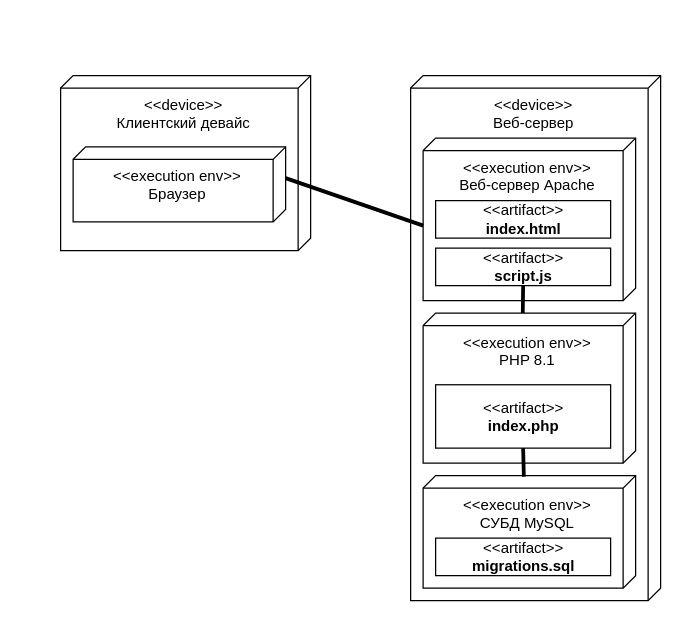
Above: page "simple" (2 of 3) of lessons/6-4-vcs-dev/vcs-dev-process.drawio in bigsadwhale/sprint1t (draw.io), before the change. Source tidied: cells renumbered, new cells numbered last; positions are measured from the earlier drawing's top-left corner, leaving out a move shared by most shapes. Both pictures are drawn from the tidied source at 125%, with x=0, y=0 at pixel (60, 75).
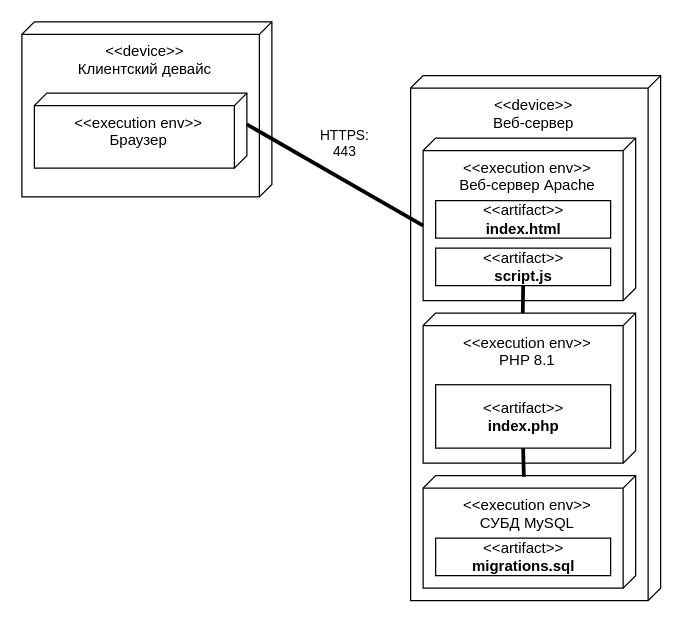
After the change.

What changed in the source:
```diff
@@
 <mxGraphModel>
   <root>
     <mxCell id="0" />
     <mxCell id="1" parent="0" />
     <mxCell id="2" value="&amp;lt;&amp;lt;device&amp;gt;&amp;gt;&lt;br&gt;&lt;div style=&quot;&quot;&gt;&lt;span style=&quot;background-color: initial;&quot;&gt;Веб-сервер&lt;/span&gt;&lt;/div&gt;" style="verticalAlign=top;align=center;shape=cube;size=10;direction=south;fontStyle=0;html=1;boundedLbl=1;spacingLeft=5;" parent="1" vertex="1">
       <mxGeometry x="280" width="200" height="420" as="geometry" />
     </mxCell>
     <mxCell id="3" value="&amp;lt;&amp;lt;execution env&amp;gt;&amp;gt;&lt;br&gt;Веб-сервер Apache" style="verticalAlign=top;align=center;shape=cube;size=10;direction=south;html=1;boundedLbl=1;spacingLeft=5;" parent="2" vertex="1">
       <mxGeometry width="170" height="130" relative="1" as="geometry">
         <mxPoint x="10" y="50" as="offset" />
       </mxGeometry>
     </mxCell>
     <mxCell id="4" value="&amp;lt;&amp;lt;execution env&amp;gt;&amp;gt;&lt;br&gt;PHP 8.1" style="verticalAlign=top;align=center;shape=cube;size=10;direction=south;html=1;boundedLbl=1;spacingLeft=5;" parent="2" vertex="1">
       <mxGeometry x="10" y="190" width="170" height="120" as="geometry" />
     </mxCell>
     <mxCell id="5" value="&amp;lt;&amp;lt;artifact&amp;gt;&amp;gt;&lt;br&gt;&lt;b&gt;index.php&lt;/b&gt;" style="html=1;align=center;verticalAlign=middle;dashed=0;" parent="2" vertex="1">
       <mxGeometry x="20" y="247.3" width="140" height="50.7" as="geometry" />
     </mxCell>
     <mxCell id="6" value="&amp;lt;&amp;lt;artifact&amp;gt;&amp;gt;&lt;br&gt;&lt;b&gt;index.html&lt;br&gt;&lt;/b&gt;" style="html=1;align=center;verticalAlign=middle;dashed=0;" parent="2" vertex="1">
       <mxGeometry x="20" y="100" width="140" height="30" as="geometry" />
     </mxCell>
     <mxCell id="7" value="&amp;lt;&amp;lt;artifact&amp;gt;&amp;gt;&lt;br&gt;&lt;b&gt;script.js&lt;br&gt;&lt;/b&gt;" style="html=1;align=center;verticalAlign=middle;dashed=0;" parent="2" vertex="1">
       <mxGeometry x="20" y="138" width="140" height="30" as="geometry" />
     </mxCell>
     <mxCell id="8" value="&amp;lt;&amp;lt;execution env&amp;gt;&amp;gt;&lt;br&gt;СУБД MySQL" style="verticalAlign=top;align=center;shape=cube;size=10;direction=south;html=1;boundedLbl=1;spacingLeft=5;" parent="2" vertex="1">
       <mxGeometry x="10" y="320" width="170" height="90" as="geometry" />
     </mxCell>
     <mxCell id="9" value="&amp;lt;&amp;lt;artifact&amp;gt;&amp;gt;&lt;br&gt;&lt;b&gt;migrations.sql&lt;br&gt;&lt;/b&gt;" style="html=1;align=center;verticalAlign=middle;dashed=0;" parent="2" vertex="1">
       <mxGeometry x="20" y="370" width="140" height="30" as="geometry" />
     </mxCell>
     <mxCell id="10" style="endArrow=none;startArrow=none;endFill=0;startFill=0;endSize=8;html=1;verticalAlign=bottom;labelBackgroundColor=none;strokeWidth=3;rounded=0;exitX=0.5;exitY=1;exitDx=0;exitDy=0;entryX=0.01;entryY=0.526;entryDx=0;entryDy=0;entryPerimeter=0;" parent="2" edge="1" source="5" target="8">
       <mxGeometry relative="1" as="geometry" />
     </mxCell>
     <mxCell id="11" style="endArrow=none;startArrow=none;endFill=0;startFill=0;endSize=8;html=1;verticalAlign=bottom;labelBackgroundColor=none;strokeWidth=3;rounded=0;exitX=0.5;exitY=1;exitDx=0;exitDy=0;entryX=-0.001;entryY=0.531;entryDx=0;entryDy=0;entryPerimeter=0;" parent="2" edge="1" source="7" target="4">
       <mxGeometry relative="1" as="geometry" />
     </mxCell>
     <mxCell id="12" value="&amp;lt;&amp;lt;device&amp;gt;&amp;gt;&lt;br&gt;&lt;div style=&quot;&quot;&gt;&lt;span style=&quot;background-color: initial;&quot;&gt;Клиентский девайс&lt;/span&gt;&lt;/div&gt;" style="verticalAlign=top;align=center;shape=cube;size=10;direction=south;fontStyle=0;html=1;boundedLbl=1;spacingLeft=5;" parent="1" vertex="1">
-      <mxGeometry width="200" height="140" as="geometry" />
+      <mxGeometry x="-31" y="-43" width="200" height="140" as="geometry" />
     </mxCell>
     <mxCell id="13" value="&amp;lt;&amp;lt;execution env&amp;gt;&amp;gt;&lt;br&gt;Браузер" style="verticalAlign=top;align=center;shape=cube;size=10;direction=south;html=1;boundedLbl=1;spacingLeft=5;" parent="12" vertex="1">
       <mxGeometry width="170" height="60" relative="1" as="geometry">
         <mxPoint x="10" y="57" as="offset" />
       </mxGeometry>
     </mxCell>
-    <mxCell id="14" style="endArrow=none;startArrow=none;endFill=0;startFill=0;endSize=8;html=1;verticalAlign=bottom;labelBackgroundColor=none;strokeWidth=3;rounded=0;exitX=0;exitY=0;exitDx=25;exitDy=0;exitPerimeter=0;entryX=0;entryY=0;entryDx=70;entryDy=170;entryPerimeter=0;" parent="1" edge="1" source="13" target="3">
-      <mxGeometry relative="1" as="geometry" />
+    <mxCell id="14" value="HTTPS:&lt;br style=&quot;border-color: var(--border-color); background-color: rgb(255, 255, 255);&quot;&gt;&lt;span style=&quot;background-color: rgb(255, 255, 255);&quot;&gt;443&lt;/span&gt;" style="endArrow=none;startArrow=none;endFill=0;startFill=0;endSize=8;html=1;verticalAlign=bottom;labelBackgroundColor=none;strokeWidth=3;rounded=0;exitX=0;exitY=0;exitDx=25;exitDy=0;exitPerimeter=0;entryX=0;entryY=0;entryDx=70;entryDy=170;entryPerimeter=0;" parent="1" edge="1" source="13" target="3">
+      <mxGeometry x="0.02" y="12" relative="1" as="geometry" />
     </mxCell>
   </root>
 </mxGraphModel>
```
